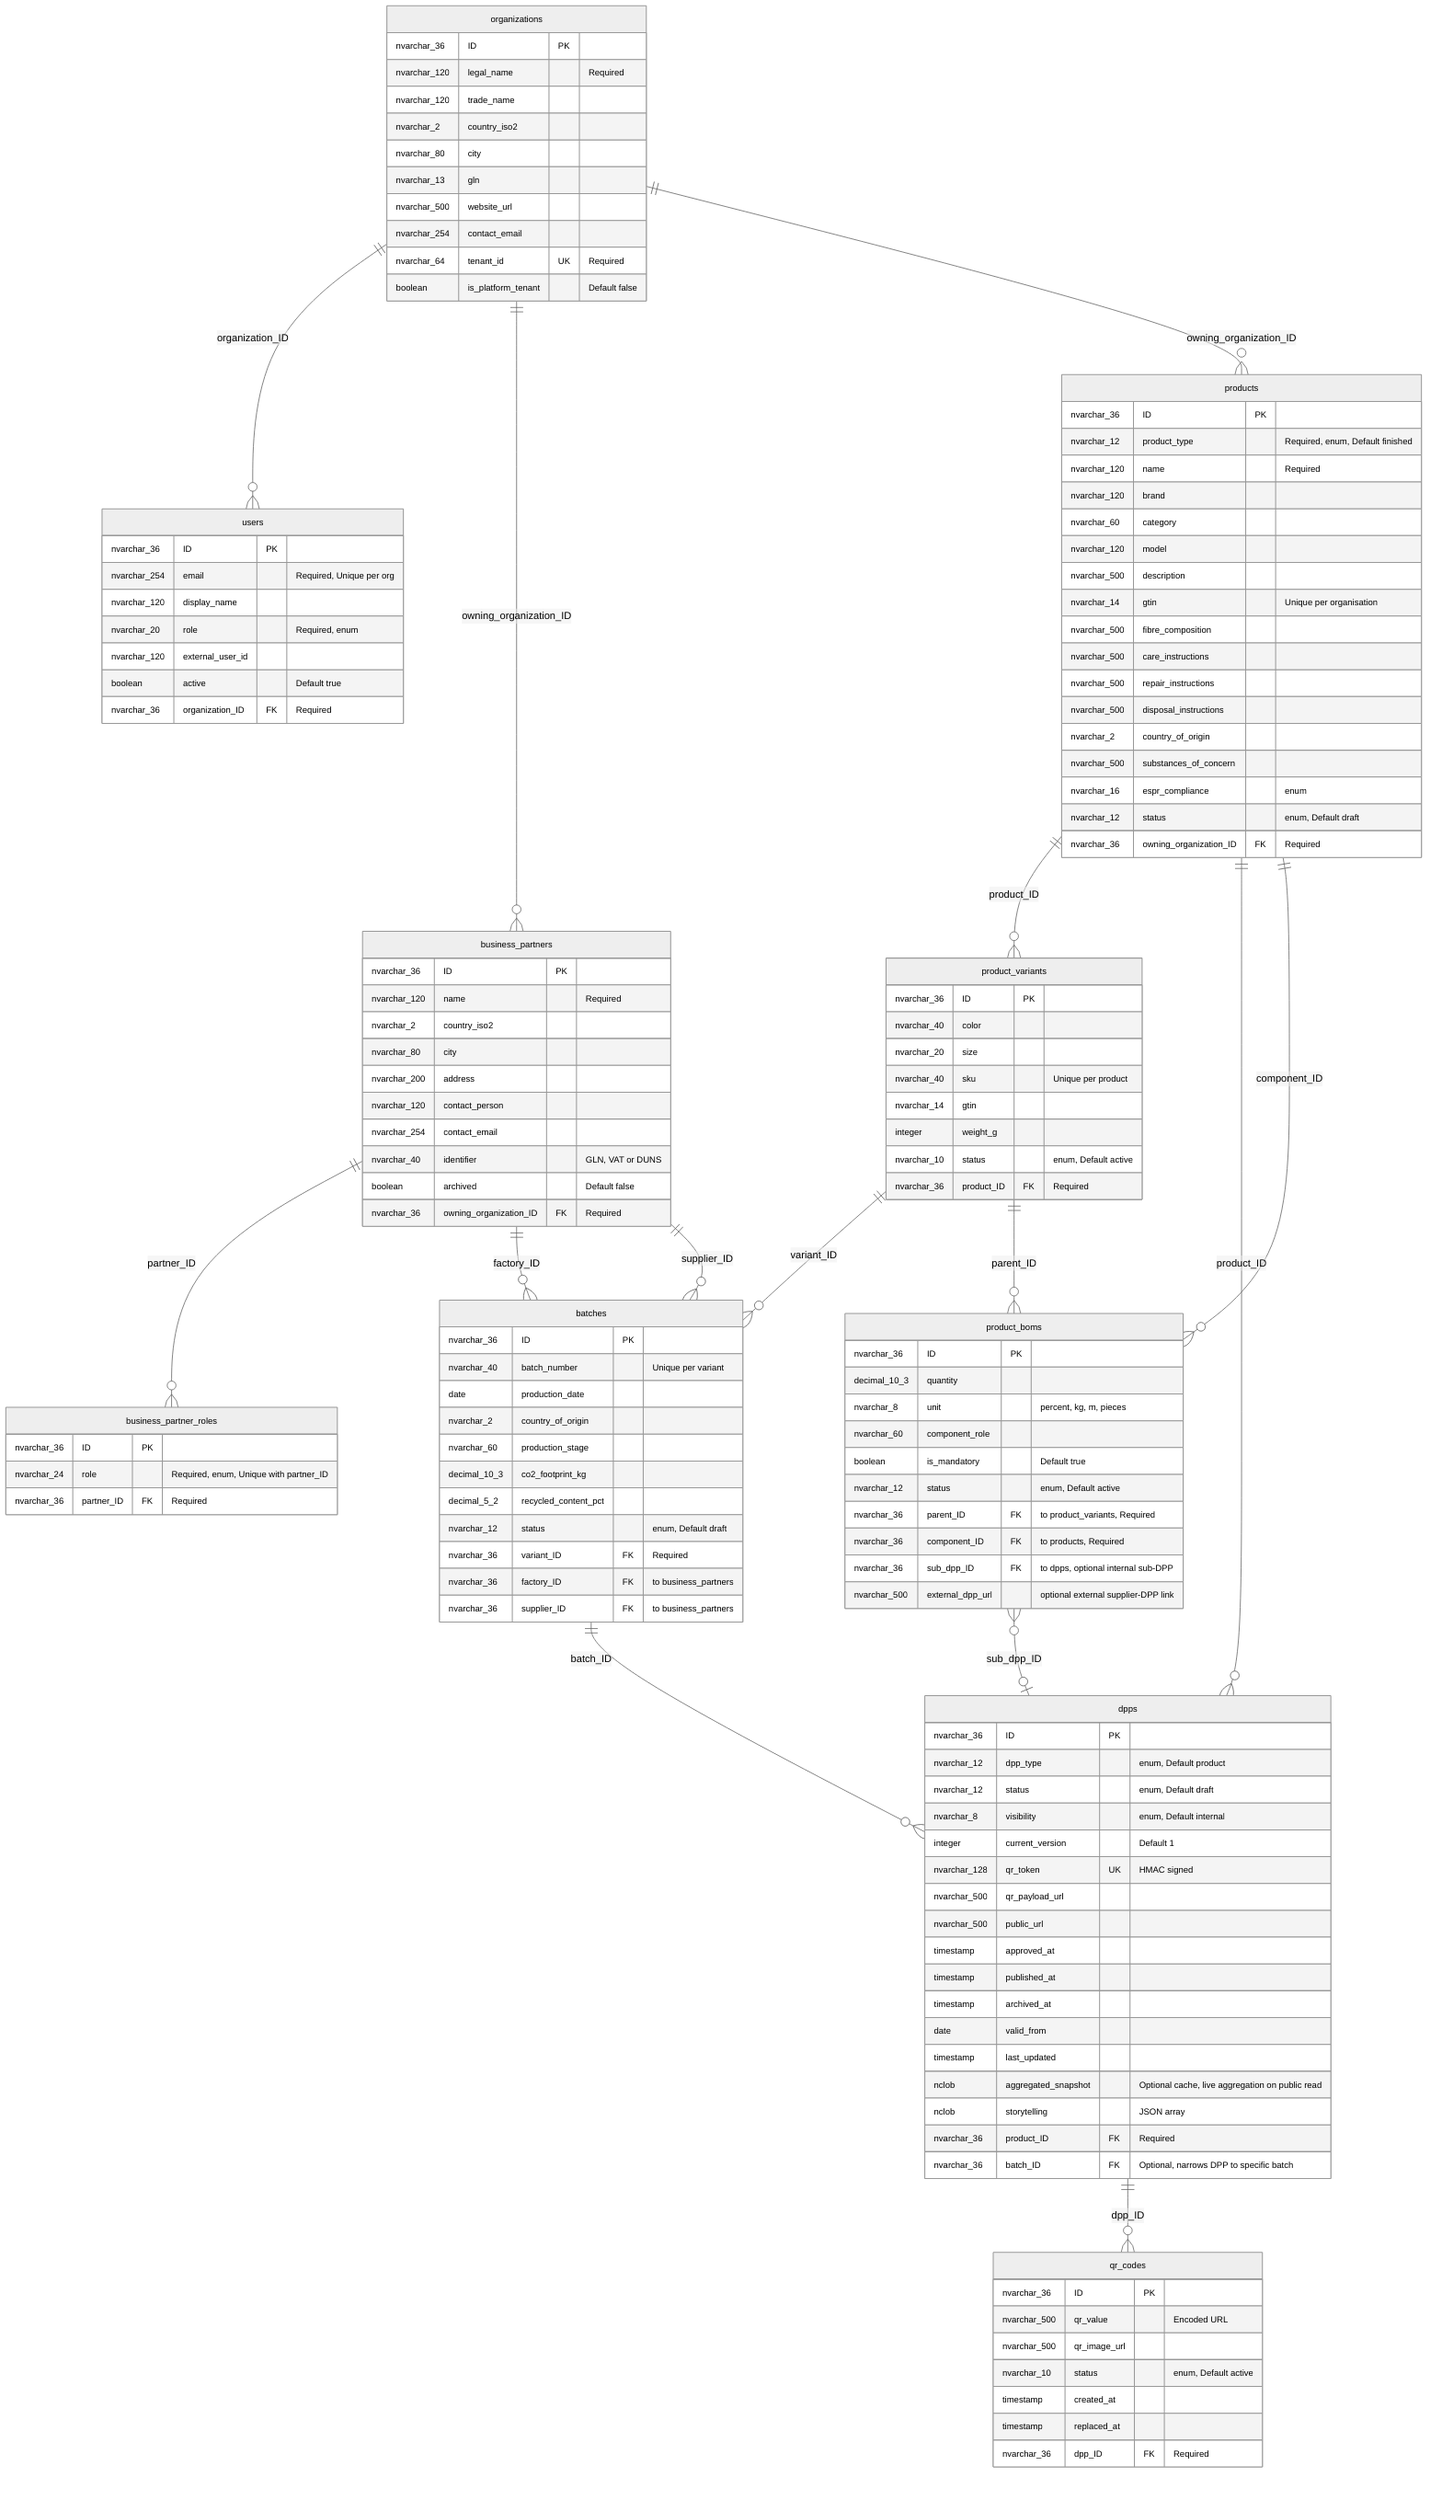
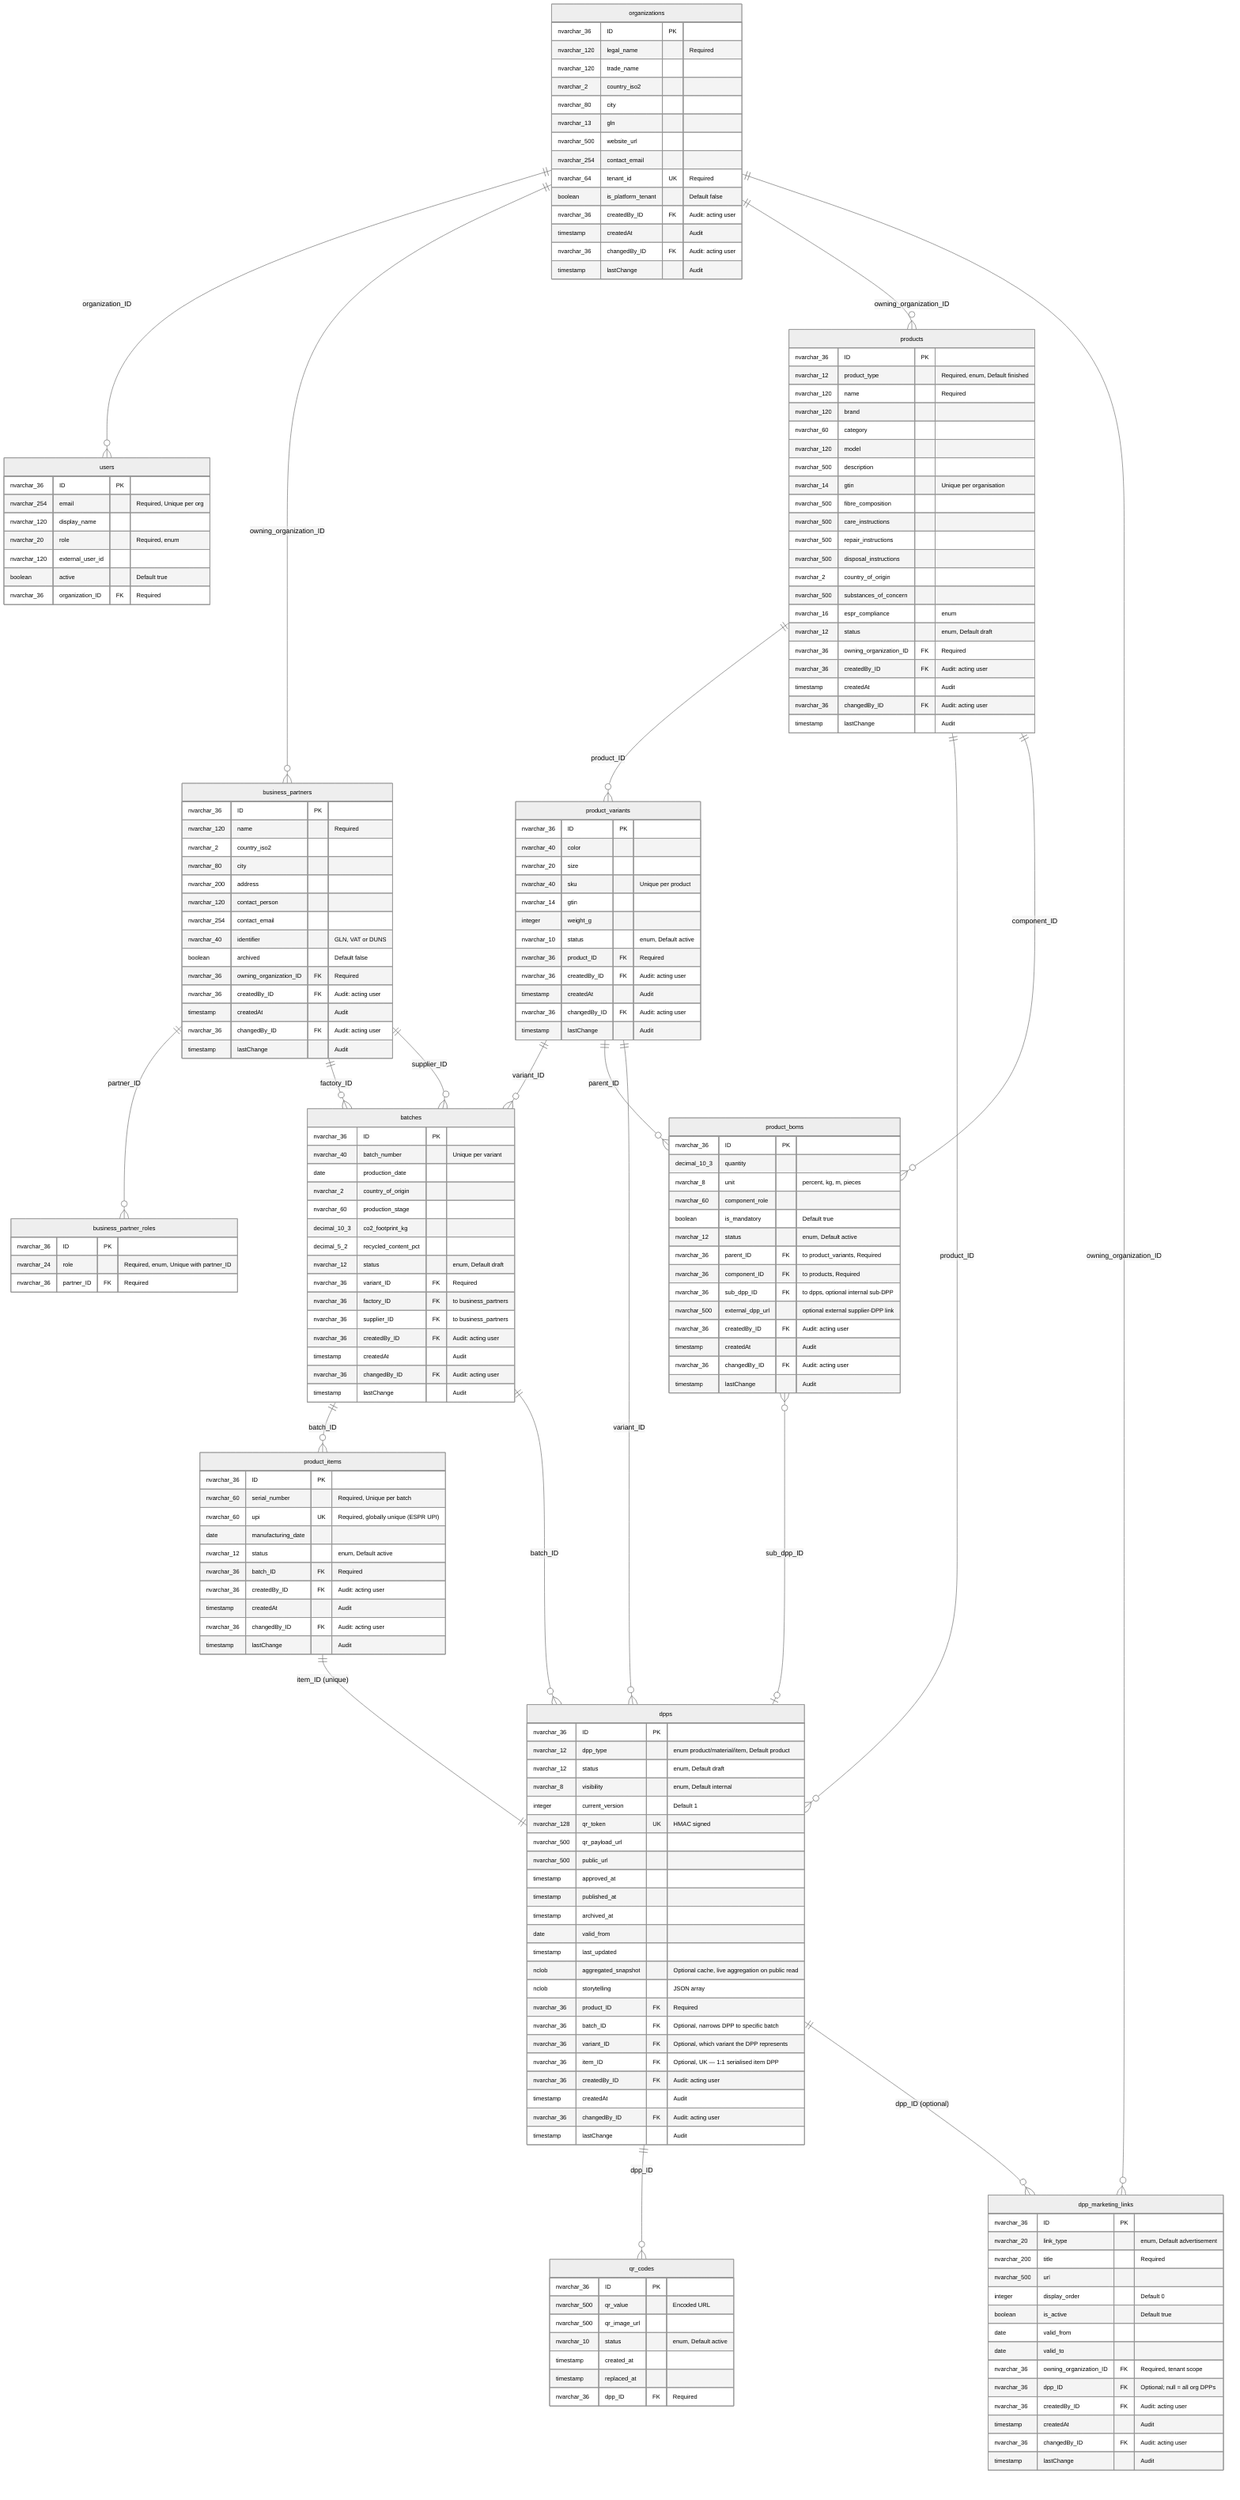
%%{init: {'theme':'neutral', 'themeVariables': { 'fontSize': '12px'}}}%%
erDiagram

    %% Organisation layer
    organizations      ||--o{ users                  : "organization_ID"
    organizations      ||--o{ business_partners      : "owning_organization_ID"
    organizations      ||--o{ products               : "owning_organization_ID"
    business_partners  ||--o{ business_partner_roles : "partner_ID"

    %% Product layer
    products           ||--o{ product_variants       : "product_ID"
    product_variants   ||--o{ batches                : "variant_ID"
+     batches            ||--o{ product_items          : "batch_ID"
    business_partners  ||--o{ batches                : "factory_ID"
    business_partners  ||--o{ batches                : "supplier_ID"
    product_variants   ||--o{ product_boms           : "parent_ID"
    product_boms       }o--|| products               : "component_ID"

    %% Passport layer
    products           ||--o{ dpps                   : "product_ID"
    batches            ||--o{ dpps                   : "batch_ID"
+     product_variants   ||--o{ dpps                   : "variant_ID"
+     product_items      ||--|| dpps                   : "item_ID (unique)"
    dpps               ||--o{ qr_codes               : "dpp_ID"
    product_boms       }o--o| dpps                   : "sub_dpp_ID"
+     dpps               ||--o{ dpp_marketing_links    : "dpp_ID (optional)"
+     organizations      ||--o{ dpp_marketing_links    : "owning_organization_ID"

    organizations {
        nvarchar_36  ID                   PK
        nvarchar_120 legal_name              "Required"
        nvarchar_120 trade_name
        nvarchar_2   country_iso2
        nvarchar_80  city
        nvarchar_13  gln
        nvarchar_500 website_url
        nvarchar_254 contact_email
        nvarchar_64  tenant_id            UK "Required"
        boolean      is_platform_tenant      "Default false"
+         nvarchar_36  createdBy_ID         FK "Audit: acting user"
+         timestamp    createdAt               "Audit"
+         nvarchar_36  changedBy_ID         FK "Audit: acting user"
+         timestamp    lastChange              "Audit"
    }

    users {
        nvarchar_36  ID                   PK
        nvarchar_254 email                   "Required, Unique per org"
        nvarchar_120 display_name
        nvarchar_20  role                    "Required, enum"
        nvarchar_120 external_user_id
        boolean      active                  "Default true"
        nvarchar_36  organization_ID      FK "Required"
    }

    business_partners {
        nvarchar_36  ID                   PK
        nvarchar_120 name                    "Required"
        nvarchar_2   country_iso2
        nvarchar_80  city
        nvarchar_200 address
        nvarchar_120 contact_person
        nvarchar_254 contact_email
        nvarchar_40  identifier              "GLN, VAT or DUNS"
        boolean      archived                "Default false"
        nvarchar_36  owning_organization_ID FK "Required"
+         nvarchar_36  createdBy_ID         FK "Audit: acting user"
+         timestamp    createdAt               "Audit"
+         nvarchar_36  changedBy_ID         FK "Audit: acting user"
+         timestamp    lastChange              "Audit"
    }

    business_partner_roles {
        nvarchar_36  ID                   PK
        nvarchar_24  role                    "Required, enum, Unique with partner_ID"
        nvarchar_36  partner_ID           FK "Required"
    }

    products {
        nvarchar_36  ID                   PK
        nvarchar_12  product_type            "Required, enum, Default finished"
        nvarchar_120 name                    "Required"
        nvarchar_120 brand
        nvarchar_60  category
        nvarchar_120 model
        nvarchar_500 description
        nvarchar_14  gtin                    "Unique per organisation"
        nvarchar_500 fibre_composition
        nvarchar_500 care_instructions
        nvarchar_500 repair_instructions
        nvarchar_500 disposal_instructions
        nvarchar_2   country_of_origin
        nvarchar_500 substances_of_concern
        nvarchar_16  espr_compliance         "enum"
        nvarchar_12  status                  "enum, Default draft"
        nvarchar_36  owning_organization_ID FK "Required"
+         nvarchar_36  createdBy_ID         FK "Audit: acting user"
+         timestamp    createdAt               "Audit"
+         nvarchar_36  changedBy_ID         FK "Audit: acting user"
+         timestamp    lastChange              "Audit"
    }

    product_variants {
        nvarchar_36  ID                   PK
        nvarchar_40  color
        nvarchar_20  size
        nvarchar_40  sku                     "Unique per product"
        nvarchar_14  gtin
        integer      weight_g
        nvarchar_10  status                  "enum, Default active"
        nvarchar_36  product_ID           FK "Required"
+         nvarchar_36  createdBy_ID         FK "Audit: acting user"
+         timestamp    createdAt               "Audit"
+         nvarchar_36  changedBy_ID         FK "Audit: acting user"
+         timestamp    lastChange              "Audit"
    }

    batches {
        nvarchar_36   ID                  PK
        nvarchar_40   batch_number           "Unique per variant"
        date          production_date
        nvarchar_2    country_of_origin
        nvarchar_60   production_stage
        decimal_10_3  co2_footprint_kg
        decimal_5_2   recycled_content_pct
        nvarchar_12   status                 "enum, Default draft"
        nvarchar_36   variant_ID          FK "Required"
        nvarchar_36   factory_ID          FK "to business_partners"
        nvarchar_36   supplier_ID         FK "to business_partners"
+         nvarchar_36   createdBy_ID        FK "Audit: acting user"
+         timestamp     createdAt              "Audit"
+         nvarchar_36   changedBy_ID        FK "Audit: acting user"
+         timestamp     lastChange             "Audit"
+     }
+ 
+     product_items {
+         nvarchar_36   ID                  PK
+         nvarchar_60   serial_number          "Required, Unique per batch"
+         nvarchar_60   upi                 UK "Required, globally unique (ESPR UPI)"
+         date          manufacturing_date
+         nvarchar_12   status                 "enum, Default active"
+         nvarchar_36   batch_ID            FK "Required"
+         nvarchar_36   createdBy_ID        FK "Audit: acting user"
+         timestamp     createdAt              "Audit"
+         nvarchar_36   changedBy_ID        FK "Audit: acting user"
+         timestamp     lastChange             "Audit"
    }

    product_boms {
        nvarchar_36   ID                  PK
        decimal_10_3  quantity
        nvarchar_8    unit                   "percent, kg, m, pieces"
        nvarchar_60   component_role
        boolean       is_mandatory           "Default true"
        nvarchar_12   status                 "enum, Default active"
        nvarchar_36   parent_ID           FK "to product_variants, Required"
        nvarchar_36   component_ID        FK "to products, Required"
        nvarchar_36   sub_dpp_ID          FK "to dpps, optional internal sub-DPP"
        nvarchar_500  external_dpp_url       "optional external supplier-DPP link"
+         nvarchar_36   createdBy_ID        FK "Audit: acting user"
+         timestamp     createdAt              "Audit"
+         nvarchar_36   changedBy_ID        FK "Audit: acting user"
+         timestamp     lastChange             "Audit"
    }

    dpps {
        nvarchar_36   ID                  PK
-         nvarchar_12   dpp_type               "enum, Default product"
+         nvarchar_12   dpp_type               "enum product/material/item, Default product"
        nvarchar_12   status                 "enum, Default draft"
        nvarchar_8    visibility             "enum, Default internal"
        integer       current_version        "Default 1"
        nvarchar_128  qr_token            UK "HMAC signed"
        nvarchar_500  qr_payload_url
        nvarchar_500  public_url
        timestamp     approved_at
        timestamp     published_at
        timestamp     archived_at
        date          valid_from
        timestamp     last_updated
        nclob         aggregated_snapshot    "Optional cache, live aggregation on public read"
        nclob         storytelling           "JSON array"
        nvarchar_36   product_ID          FK "Required"
        nvarchar_36   batch_ID            FK "Optional, narrows DPP to specific batch"
+         nvarchar_36   variant_ID          FK "Optional, which variant the DPP represents"
+         nvarchar_36   item_ID             FK "Optional, UK — 1:1 serialised item DPP"
+         nvarchar_36   createdBy_ID        FK "Audit: acting user"
+         timestamp     createdAt              "Audit"
+         nvarchar_36   changedBy_ID        FK "Audit: acting user"
+         timestamp     lastChange             "Audit"
    }

    qr_codes {
        nvarchar_36   ID                  PK
        nvarchar_500  qr_value               "Encoded URL"
        nvarchar_500  qr_image_url
        nvarchar_10   status                 "enum, Default active"
        timestamp     created_at
        timestamp     replaced_at
        nvarchar_36   dpp_ID              FK "Required"
    }
+ 
+     dpp_marketing_links {
+         nvarchar_36   ID                  PK
+         nvarchar_20   link_type              "enum, Default advertisement"
+         nvarchar_200  title                  "Required"
+         nvarchar_500  url
+         integer       display_order          "Default 0"
+         boolean       is_active              "Default true"
+         date          valid_from
+         date          valid_to
+         nvarchar_36   owning_organization_ID FK "Required, tenant scope"
+         nvarchar_36   dpp_ID              FK "Optional; null = all org DPPs"
+         nvarchar_36   createdBy_ID        FK "Audit: acting user"
+         timestamp     createdAt              "Audit"
+         nvarchar_36   changedBy_ID        FK "Audit: acting user"
+         timestamp     lastChange             "Audit"
+     }
